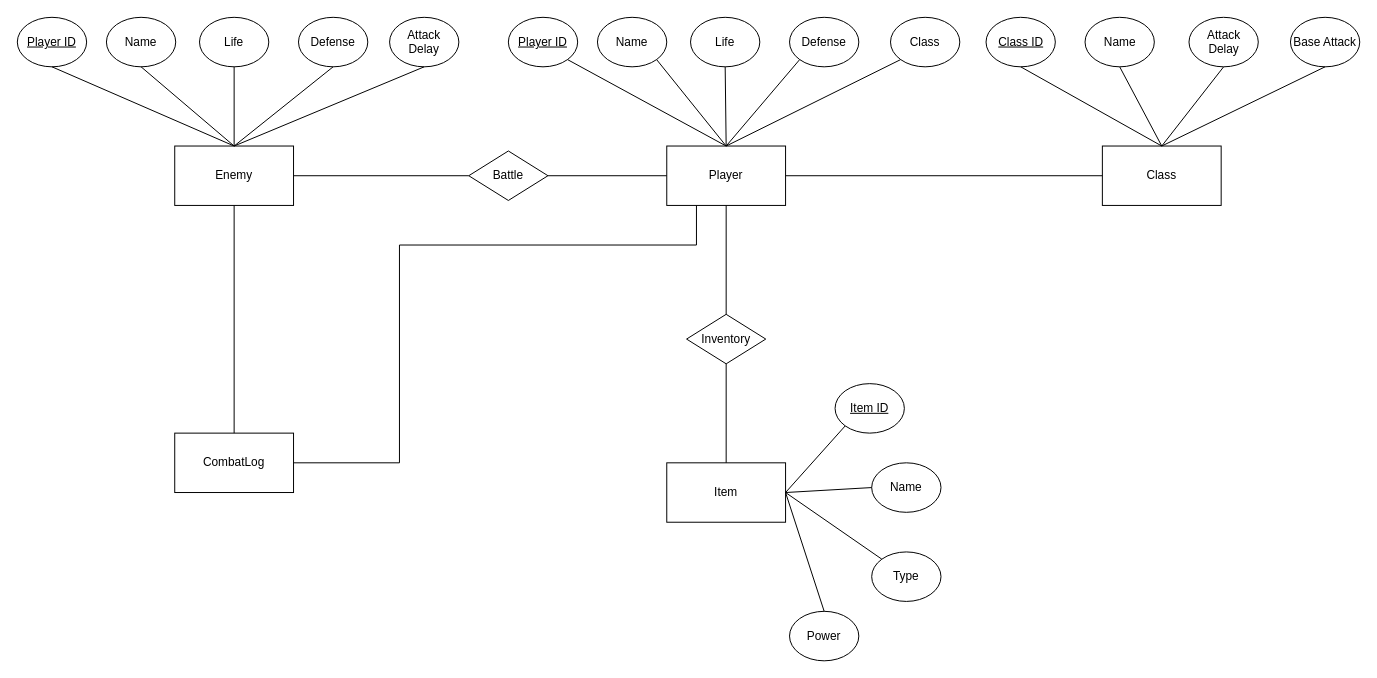
The draw.io diagram DatenbankRPG.drawio in Kl3XY/Datenbank-RPG, before the edit. Source tidied: cells renumbered, new cells numbered last; positions are measured from the earlier drawing's top-left corner, leaving out a move shared by most shapes. Both pictures are drawn from the tidied source at 99%, with x=0, y=0 at pixel (17, 17).
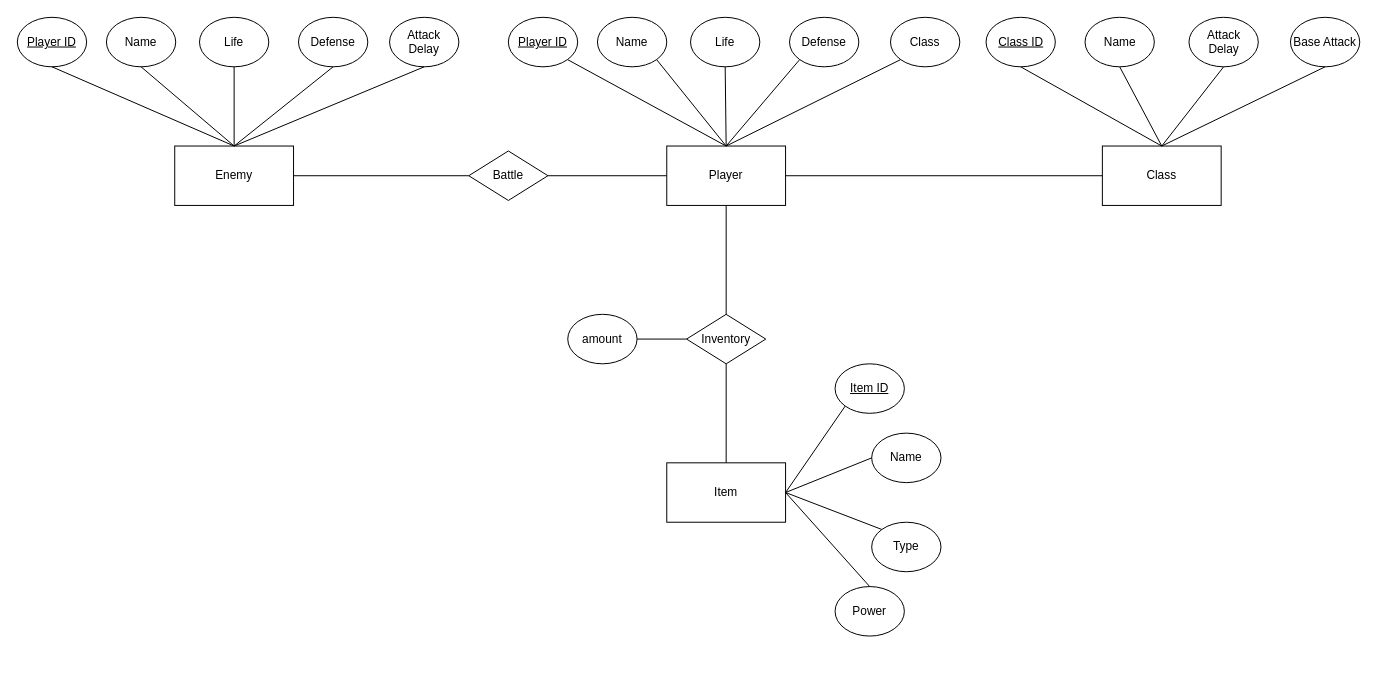
Above is the later version.

The change refers to these unchanged cells:
```xml
<mxCell id="2" value="Player" style="rounded=0;whiteSpace=wrap;html=1;" parent="1" vertex="1">
  <mxGeometry x="656" y="130" width="120" height="60" as="geometry" />
</mxCell>
<mxCell id="4" value="Enemy" style="rounded=0;whiteSpace=wrap;html=1;" parent="1" vertex="1">
  <mxGeometry x="159" y="130" width="120" height="60" as="geometry" />
</mxCell>
<mxCell id="6" value="Inventory" style="rhombus;whiteSpace=wrap;html=1;" parent="1" vertex="1">
  <mxGeometry x="676" y="300" width="80" height="50" as="geometry" />
</mxCell>
```

Change to the diagram source:
```diff
@@
     <mxCell id="31" value="Item ID" style="ellipse;whiteSpace=wrap;html=1;fontStyle=4;" parent="1" vertex="1">
-      <mxGeometry x="826" y="370" width="70" height="50" as="geometry" />
+      <mxGeometry x="826" y="350" width="70" height="50" as="geometry" />
     </mxCell>
     <mxCell id="32" value="&lt;div&gt;Name&lt;/div&gt;" style="ellipse;whiteSpace=wrap;html=1;" parent="1" vertex="1">
-      <mxGeometry x="863" y="450" width="70" height="50" as="geometry" />
+      <mxGeometry x="863" y="420" width="70" height="50" as="geometry" />
     </mxCell>
     <mxCell id="33" value="Type" style="ellipse;whiteSpace=wrap;html=1;" parent="1" vertex="1">
-      <mxGeometry x="863" y="540" width="70" height="50" as="geometry" />
+      <mxGeometry x="863" y="510" width="70" height="50" as="geometry" />
     </mxCell>
     <mxCell id="34" value="Power" style="ellipse;whiteSpace=wrap;html=1;" parent="1" vertex="1">
-      <mxGeometry x="780" y="600" width="70" height="50" as="geometry" />
+      <mxGeometry x="826" y="575" width="70" height="50" as="geometry" />
     </mxCell>
@@
-    <mxCell id="49" value="CombatLog" style="rounded=0;whiteSpace=wrap;html=1;" parent="1" vertex="1">
-      <mxGeometry x="159" y="420" width="120" height="60" as="geometry" />
-    </mxCell>
-    <mxCell id="50" style="endArrow=none;html=1;rounded=0;entryX=0.5;entryY=1;entryDx=0;entryDy=0;exitX=0.5;exitY=0;exitDx=0;exitDy=0;" parent="1" edge="1" source="49" target="4">
-      <mxGeometry relative="1" as="geometry" />
-    </mxCell>
-    <mxCell id="51" style="endArrow=none;html=1;rounded=0;exitX=1;exitY=0.5;exitDx=0;exitDy=0;entryX=0.25;entryY=1;entryDx=0;entryDy=0;" parent="1" edge="1" source="49" target="2">
-      <mxGeometry relative="1" as="geometry">
-        <Array as="points">
-          <mxPoint x="386" y="450" />
-          <mxPoint x="386" y="230" />
-          <mxPoint x="686" y="230" />
-        </Array>
-      </mxGeometry>
-    </mxCell>
+    <mxCell id="52" style="endArrow=none;html=1;rounded=0;entryX=1;entryY=0.5;entryDx=0;entryDy=0;exitX=0;exitY=0.5;exitDx=0;exitDy=0;" parent="1" edge="1" source="6" target="53">
+      <mxGeometry relative="1" as="geometry" />
+    </mxCell>
+    <mxCell id="53" value="&lt;div&gt;amount&lt;/div&gt;" style="ellipse;whiteSpace=wrap;html=1;" parent="1" vertex="1">
+      <mxGeometry x="556" y="300" width="70" height="50" as="geometry" />
+    </mxCell>
```
